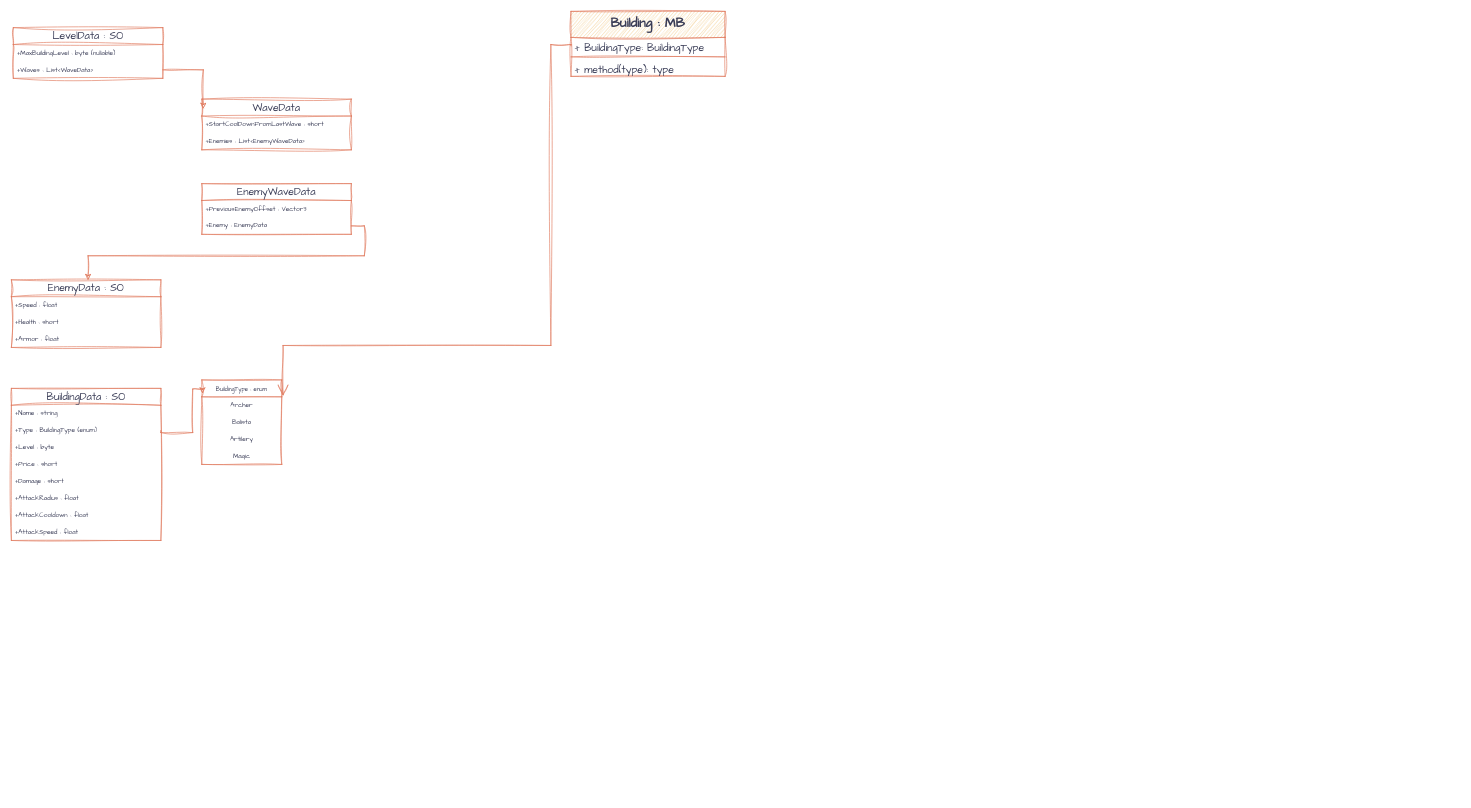
This is DataScheme.drawio from emrullah-cengiz/TowerDefense, a draw.io file, before an edit. Source tidied: cells renumbered, new cells numbered last; positions are measured from the earlier drawing's top-left corner, leaving out a move shared by most shapes. Both pictures are drawn from the tidied source at 65%, with x=0, y=0 at pixel (11, 11).
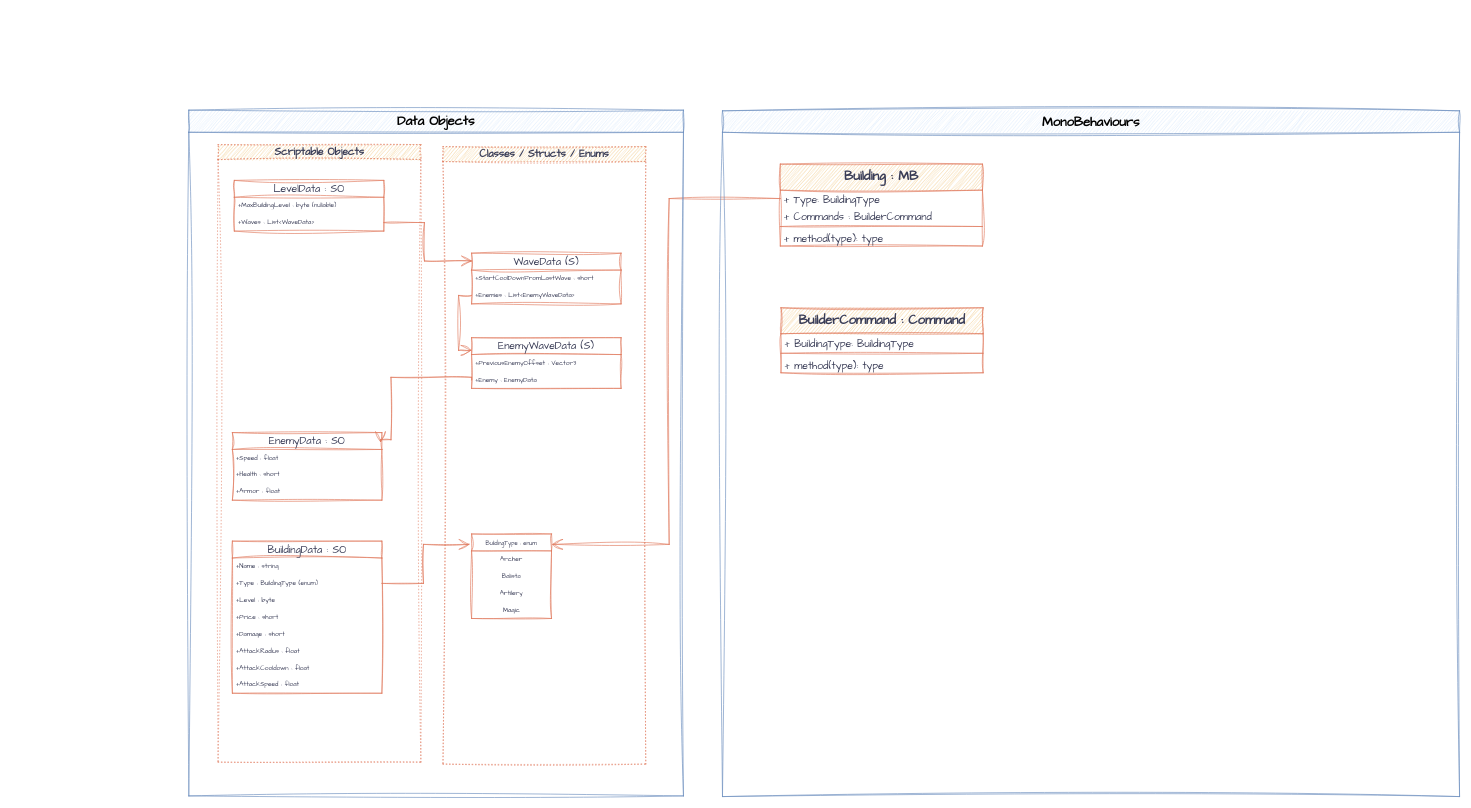
The same diagram, later.

Unchanged cells that the change refers to:
```xml
<mxCell id="4" value="+Waves : List&amp;lt;WaveData&amp;gt;" style="text;strokeColor=none;fillColor=none;align=left;verticalAlign=top;spacingLeft=4;spacingRight=4;overflow=hidden;points=[[0,0.5],[1,0.5]];portConstraint=eastwest;whiteSpace=wrap;html=1;fontSize=10;fontFamily=Architects Daughter;labelBackgroundColor=none;fontColor=#393C56;sketch=1;curveFitting=1;jiggle=2;" parent="2" vertex="1">
  <mxGeometry y="52" width="230" height="26" as="geometry" />
</mxCell>
<mxCell id="20" value="+Type : BuildingType (enum)" style="text;strokeColor=none;fillColor=none;align=left;verticalAlign=top;spacingLeft=4;spacingRight=4;overflow=hidden;points=[[0,0.5],[1,0.5]];portConstraint=eastwest;whiteSpace=wrap;html=1;fontSize=10;fontFamily=Architects Daughter;labelBackgroundColor=none;fontColor=#393C56;sketch=1;curveFitting=1;jiggle=2;" parent="18" vertex="1">
  <mxGeometry y="52" width="230" height="26" as="geometry" />
</mxCell>
```

Diff of the diagram source:
```diff
@@
+    <mxCell id="37" style="edgeStyle=orthogonalEdgeStyle;shape=connector;rounded=0;sketch=1;hachureGap=4;jiggle=2;curveFitting=1;jettySize=auto;html=1;exitX=0;exitY=0.5;exitDx=0;exitDy=0;entryX=1.008;entryY=0.123;entryDx=0;entryDy=0;entryPerimeter=0;labelBackgroundColor=none;strokeColor=#E07A5F;fontFamily=Architects Daughter;fontSize=16;fontColor=default;endArrow=open;startSize=14;endSize=14;sourcePerimeterSpacing=8;targetPerimeterSpacing=8;fillColor=#F2CC8F;" parent="1" edge="1" source="34" target="27">
+      <mxGeometry relative="1" as="geometry" />
+    </mxCell>
+    <mxCell id="38" value="Data Objects" style="swimlane;whiteSpace=wrap;html=1;sketch=1;hachureGap=4;jiggle=2;curveFitting=1;strokeColor=#6c8ebf;fontFamily=Architects Daughter;fontSize=20;fillColor=#dae8fc;startSize=34;" parent="1" vertex="1">
+      <mxGeometry x="273" y="152" width="761" height="1055" as="geometry" />
+    </mxCell>
+    <mxCell id="39" value="Scriptable Objects" style="swimlane;whiteSpace=wrap;html=1;sketch=1;hachureGap=4;jiggle=2;curveFitting=1;strokeColor=#E07A5F;fontFamily=Architects Daughter;fontSize=16;fontColor=#393C56;fillColor=#F2CC8F;labelBackgroundColor=none;dashed=1;dashPattern=1 4;" parent="38" vertex="1">
+      <mxGeometry x="45" y="53" width="312" height="950" as="geometry" />
+    </mxCell>
-    <mxCell id="2" value="&lt;font style=&quot;font-size: 16px;&quot;&gt;LevelData : SO&lt;/font&gt;" style="swimlane;fontStyle=0;horizontal=1;startSize=26;fillColor=none;whiteSpace=wrap;html=1;sketch=1;hachureGap=4;jiggle=2;curveFitting=1;fontFamily=Architects Daughter;fontSize=16;labelBackgroundColor=none;strokeColor=#E07A5F;fontColor=#393C56;" parent="1" vertex="1">
-      <mxGeometry x="3" y="25" width="230" height="78" as="geometry" />
+    <mxCell id="2" value="&lt;font style=&quot;font-size: 16px;&quot;&gt;LevelData : SO&lt;/font&gt;" style="swimlane;fontStyle=0;horizontal=1;startSize=26;fillColor=none;whiteSpace=wrap;html=1;sketch=1;hachureGap=4;jiggle=2;curveFitting=1;fontFamily=Architects Daughter;fontSize=16;labelBackgroundColor=none;strokeColor=#E07A5F;fontColor=#393C56;" parent="39" vertex="1">
+      <mxGeometry x="25" y="55" width="230" height="78" as="geometry" />
     </mxCell>
@@
-    <mxCell id="5" style="edgeStyle=orthogonalEdgeStyle;rounded=0;sketch=1;hachureGap=4;jiggle=2;curveFitting=1;jettySize=auto;html=1;entryX=0.01;entryY=0.187;entryDx=0;entryDy=0;fontFamily=Architects Daughter;fontSize=16;entryPerimeter=0;labelBackgroundColor=none;strokeColor=#E07A5F;fontColor=default;" parent="1" edge="1" source="4" target="6">
-      <mxGeometry relative="1" as="geometry" />
-    </mxCell>
-    <mxCell id="6" value="WaveData" style="swimlane;fontStyle=0;horizontal=1;startSize=26;fillColor=none;whiteSpace=wrap;html=1;sketch=1;hachureGap=4;jiggle=2;curveFitting=1;fontFamily=Architects Daughter;fontSize=16;labelBackgroundColor=none;strokeColor=#E07A5F;fontColor=#393C56;" parent="1" vertex="1">
-      <mxGeometry x="293" y="135" width="230" height="78" as="geometry" />
-    </mxCell>
-    <mxCell id="7" value="+StartCoolDownFromLastWave : short" style="text;strokeColor=none;fillColor=none;align=left;verticalAlign=top;spacingLeft=4;spacingRight=4;overflow=hidden;whiteSpace=wrap;html=1;fontSize=10;fontFamily=Architects Daughter;labelBackgroundColor=none;fontColor=#393C56;sketch=1;curveFitting=1;jiggle=2;" parent="6" vertex="1">
-      <mxGeometry y="26" width="230" height="26" as="geometry" />
-    </mxCell>
-    <mxCell id="8" value="+Enemies : List&amp;lt;EnemyWaveData&amp;gt;" style="text;strokeColor=none;fillColor=none;align=left;verticalAlign=top;spacingLeft=4;spacingRight=4;overflow=hidden;points=[[0,0.5],[1,0.5]];portConstraint=eastwest;whiteSpace=wrap;html=1;fontSize=10;fontFamily=Architects Daughter;labelBackgroundColor=none;fontColor=#393C56;sketch=1;curveFitting=1;jiggle=2;" parent="6" vertex="1">
-      <mxGeometry y="52" width="230" height="26" as="geometry" />
-    </mxCell>
-    <mxCell id="9" value="EnemyData : SO" style="swimlane;fontStyle=0;horizontal=1;startSize=26;fillColor=none;whiteSpace=wrap;html=1;sketch=1;hachureGap=4;jiggle=2;curveFitting=1;fontFamily=Architects Daughter;fontSize=16;labelBackgroundColor=none;strokeColor=#E07A5F;fontColor=#393C56;" parent="1" vertex="1">
-      <mxGeometry y="413" width="230" height="104" as="geometry" />
+    <mxCell id="9" value="EnemyData : SO" style="swimlane;fontStyle=0;horizontal=1;startSize=26;fillColor=none;whiteSpace=wrap;html=1;sketch=1;hachureGap=4;jiggle=2;curveFitting=1;fontFamily=Architects Daughter;fontSize=16;labelBackgroundColor=none;strokeColor=#E07A5F;fontColor=#393C56;" parent="39" vertex="1">
+      <mxGeometry x="22" y="443" width="230" height="104" as="geometry" />
     </mxCell>
@@
-    <mxCell id="13" style="edgeStyle=orthogonalEdgeStyle;rounded=0;sketch=1;hachureGap=4;jiggle=2;curveFitting=1;jettySize=auto;html=1;exitX=1;exitY=0.5;exitDx=0;exitDy=0;fontFamily=Architects Daughter;fontSize=16;entryX=0.522;entryY=-0.023;entryDx=0;entryDy=0;entryPerimeter=0;labelBackgroundColor=none;strokeColor=none;fontColor=default;" parent="1" edge="1" source="8" target="14">
-      <mxGeometry relative="1" as="geometry" />
-    </mxCell>
-    <mxCell id="14" value="EnemyWaveData" style="swimlane;fontStyle=0;horizontal=1;startSize=26;fillColor=none;whiteSpace=wrap;html=1;sketch=1;hachureGap=4;jiggle=2;curveFitting=1;fontFamily=Architects Daughter;fontSize=16;labelBackgroundColor=none;strokeColor=#E07A5F;fontColor=#393C56;" parent="1" vertex="1">
-      <mxGeometry x="293" y="265" width="230" height="78" as="geometry" />
-    </mxCell>
-    <mxCell id="15" value="+PreviousEnemyOffset : Vector3" style="text;strokeColor=none;fillColor=none;align=left;verticalAlign=top;spacingLeft=4;spacingRight=4;overflow=hidden;whiteSpace=wrap;html=1;fontSize=10;fontFamily=Architects Daughter;labelBackgroundColor=none;fontColor=#393C56;sketch=1;curveFitting=1;jiggle=2;" parent="14" vertex="1">
-      <mxGeometry y="26" width="230" height="26" as="geometry" />
-    </mxCell>
-    <mxCell id="16" value="+Enemy : EnemyData" style="text;strokeColor=none;fillColor=none;align=left;verticalAlign=top;spacingLeft=4;spacingRight=4;overflow=hidden;points=[[0,0.5],[1,0.5]];portConstraint=eastwest;whiteSpace=wrap;html=1;fontSize=10;fontFamily=Architects Daughter;labelBackgroundColor=none;fontColor=#393C56;sketch=1;curveFitting=1;jiggle=2;" parent="14" vertex="1">
-      <mxGeometry y="52" width="230" height="26" as="geometry" />
-    </mxCell>
-    <mxCell id="17" style="edgeStyle=orthogonalEdgeStyle;rounded=0;sketch=1;hachureGap=4;jiggle=2;curveFitting=1;jettySize=auto;html=1;exitX=1;exitY=0.5;exitDx=0;exitDy=0;strokeColor=#E07A5F;fontFamily=Architects Daughter;fontSize=16;fontColor=default;fillColor=#F2CC8F;labelBackgroundColor=none;" parent="1" edge="1" source="16" target="9">
-      <mxGeometry relative="1" as="geometry">
-        <Array as="points">
-          <mxPoint x="543" y="330" />
-          <mxPoint x="543" y="376" />
-          <mxPoint x="118" y="376" />
-        </Array>
-      </mxGeometry>
-    </mxCell>
-    <mxCell id="18" value="&lt;font style=&quot;font-size: 16px;&quot;&gt;BuildingData : SO&lt;/font&gt;" style="swimlane;fontStyle=0;horizontal=1;startSize=26;fillColor=none;whiteSpace=wrap;html=1;sketch=1;hachureGap=4;jiggle=2;curveFitting=1;fontFamily=Architects Daughter;fontSize=16;labelBackgroundColor=none;strokeColor=#E07A5F;fontColor=#393C56;" parent="1" vertex="1">
-      <mxGeometry y="580" width="230" height="234" as="geometry" />
+    <mxCell id="18" value="&lt;font style=&quot;font-size: 16px;&quot;&gt;BuildingData : SO&lt;/font&gt;" style="swimlane;fontStyle=0;horizontal=1;startSize=26;fillColor=none;whiteSpace=wrap;html=1;sketch=1;hachureGap=4;jiggle=2;curveFitting=1;fontFamily=Architects Daughter;fontSize=16;labelBackgroundColor=none;strokeColor=#E07A5F;fontColor=#393C56;" parent="39" vertex="1">
+      <mxGeometry x="22" y="610" width="230" height="234" as="geometry" />
     </mxCell>
@@
+    <mxCell id="40" value="Classes / Structs / Enums" style="swimlane;whiteSpace=wrap;html=1;sketch=1;hachureGap=4;jiggle=2;curveFitting=1;strokeColor=#E07A5F;fontFamily=Architects Daughter;fontSize=16;fontColor=#393C56;fillColor=#F2CC8F;labelBackgroundColor=none;dashed=1;dashPattern=1 4;" parent="38" vertex="1">
+      <mxGeometry x="391" y="56" width="312" height="950" as="geometry" />
+    </mxCell>
+    <mxCell id="6" value="WaveData (S)" style="swimlane;fontStyle=0;horizontal=1;startSize=26;fillColor=none;whiteSpace=wrap;html=1;sketch=1;hachureGap=4;jiggle=2;curveFitting=1;fontFamily=Architects Daughter;fontSize=16;labelBackgroundColor=none;strokeColor=#E07A5F;fontColor=#393C56;" parent="40" vertex="1">
+      <mxGeometry x="44" y="164" width="230" height="78" as="geometry" />
+    </mxCell>
+    <mxCell id="7" value="+StartCoolDownFromLastWave : short" style="text;strokeColor=none;fillColor=none;align=left;verticalAlign=top;spacingLeft=4;spacingRight=4;overflow=hidden;whiteSpace=wrap;html=1;fontSize=10;fontFamily=Architects Daughter;labelBackgroundColor=none;fontColor=#393C56;sketch=1;curveFitting=1;jiggle=2;" parent="6" vertex="1">
+      <mxGeometry y="26" width="230" height="26" as="geometry" />
+    </mxCell>
+    <mxCell id="8" value="+Enemies : List&amp;lt;EnemyWaveData&amp;gt;" style="text;strokeColor=none;fillColor=none;align=left;verticalAlign=top;spacingLeft=4;spacingRight=4;overflow=hidden;points=[[0,0.5],[1,0.5]];portConstraint=eastwest;whiteSpace=wrap;html=1;fontSize=10;fontFamily=Architects Daughter;labelBackgroundColor=none;fontColor=#393C56;sketch=1;curveFitting=1;jiggle=2;" parent="6" vertex="1">
+      <mxGeometry y="52" width="230" height="26" as="geometry" />
+    </mxCell>
+    <mxCell id="13" style="edgeStyle=orthogonalEdgeStyle;rounded=0;sketch=1;hachureGap=4;jiggle=2;curveFitting=1;jettySize=auto;html=1;exitX=1;exitY=0.5;exitDx=0;exitDy=0;fontFamily=Architects Daughter;fontSize=16;entryX=0.522;entryY=-0.023;entryDx=0;entryDy=0;entryPerimeter=0;labelBackgroundColor=none;strokeColor=none;fontColor=default;" parent="40" edge="1" source="8" target="14">
+      <mxGeometry relative="1" as="geometry" />
+    </mxCell>
+    <mxCell id="14" value="EnemyWaveData&amp;nbsp;(S)" style="swimlane;fontStyle=0;horizontal=1;startSize=26;fillColor=none;whiteSpace=wrap;html=1;sketch=1;hachureGap=4;jiggle=2;curveFitting=1;fontFamily=Architects Daughter;fontSize=16;labelBackgroundColor=none;strokeColor=#E07A5F;fontColor=#393C56;" parent="40" vertex="1">
+      <mxGeometry x="44" y="294" width="230" height="78" as="geometry" />
+    </mxCell>
+    <mxCell id="15" value="+PreviousEnemyOffset : Vector3" style="text;strokeColor=none;fillColor=none;align=left;verticalAlign=top;spacingLeft=4;spacingRight=4;overflow=hidden;whiteSpace=wrap;html=1;fontSize=10;fontFamily=Architects Daughter;labelBackgroundColor=none;fontColor=#393C56;sketch=1;curveFitting=1;jiggle=2;" parent="14" vertex="1">
+      <mxGeometry y="26" width="230" height="26" as="geometry" />
+    </mxCell>
+    <mxCell id="16" value="+Enemy : EnemyData" style="text;strokeColor=none;fillColor=none;align=left;verticalAlign=top;spacingLeft=4;spacingRight=4;overflow=hidden;points=[[0,0.5],[1,0.5]];portConstraint=eastwest;whiteSpace=wrap;html=1;fontSize=10;fontFamily=Architects Daughter;labelBackgroundColor=none;fontColor=#393C56;sketch=1;curveFitting=1;jiggle=2;" parent="14" vertex="1">
+      <mxGeometry y="52" width="230" height="26" as="geometry" />
+    </mxCell>
-    <mxCell id="27" value="&lt;font style=&quot;font-size: 9px;&quot;&gt;BuildingType : enum&lt;/font&gt;" style="swimlane;fontStyle=0;horizontal=1;startSize=26;fillColor=none;whiteSpace=wrap;html=1;sketch=1;hachureGap=4;jiggle=2;curveFitting=1;fontFamily=Architects Daughter;fontSize=16;labelBackgroundColor=none;strokeColor=#E07A5F;fontColor=#393C56;" parent="1" vertex="1">
-      <mxGeometry x="293" y="567" width="123" height="130" as="geometry" />
+    <mxCell id="27" value="&lt;font style=&quot;font-size: 9px;&quot;&gt;BuildingType : enum&lt;/font&gt;" style="swimlane;fontStyle=0;horizontal=1;startSize=26;fillColor=none;whiteSpace=wrap;html=1;sketch=1;hachureGap=4;jiggle=2;curveFitting=1;fontFamily=Architects Daughter;fontSize=16;labelBackgroundColor=none;strokeColor=#E07A5F;fontColor=#393C56;" parent="40" vertex="1">
+      <mxGeometry x="44" y="596" width="123" height="130" as="geometry" />
     </mxCell>
@@
+    <mxCell id="41" style="edgeStyle=orthogonalEdgeStyle;rounded=0;sketch=1;hachureGap=4;jiggle=2;curveFitting=1;jettySize=auto;html=1;exitX=0;exitY=0.5;exitDx=0;exitDy=0;entryX=0;entryY=0.25;entryDx=0;entryDy=0;strokeColor=#E07A5F;fontFamily=Architects Daughter;fontSize=16;fontColor=default;endArrow=open;startSize=14;endSize=14;sourcePerimeterSpacing=8;targetPerimeterSpacing=8;fillColor=#F2CC8F;labelBackgroundColor=none;" parent="40" edge="1" source="8" target="14">
+      <mxGeometry relative="1" as="geometry" />
+    </mxCell>
+    <mxCell id="5" style="edgeStyle=orthogonalEdgeStyle;shape=connector;rounded=0;sketch=1;hachureGap=4;jiggle=2;curveFitting=1;jettySize=auto;html=1;exitX=1;exitY=0.5;exitDx=0;exitDy=0;entryX=0.004;entryY=0.154;entryDx=0;entryDy=0;entryPerimeter=0;labelBackgroundColor=none;strokeColor=#E07A5F;fontFamily=Architects Daughter;fontSize=16;fontColor=default;endArrow=open;startSize=14;endSize=14;sourcePerimeterSpacing=8;targetPerimeterSpacing=8;fillColor=#F2CC8F;" parent="38" edge="1" source="4" target="6">
+      <mxGeometry relative="1" as="geometry" />
+    </mxCell>
+    <mxCell id="17" style="edgeStyle=orthogonalEdgeStyle;rounded=0;sketch=1;hachureGap=4;jiggle=2;curveFitting=1;jettySize=auto;html=1;exitX=0;exitY=0.5;exitDx=0;exitDy=0;entryX=0.991;entryY=0.144;entryDx=0;entryDy=0;entryPerimeter=0;fontFamily=Architects Daughter;fontSize=16;endArrow=open;startSize=14;endSize=14;sourcePerimeterSpacing=8;targetPerimeterSpacing=8;labelBackgroundColor=none;strokeColor=#E07A5F;fontColor=default;" parent="38" edge="1" source="16" target="9">
+      <mxGeometry relative="1" as="geometry">
+        <Array as="points">
+          <mxPoint x="311" y="411" />
+          <mxPoint x="311" y="507" />
+        </Array>
+      </mxGeometry>
+    </mxCell>
-    <mxCell id="32" style="edgeStyle=orthogonalEdgeStyle;rounded=0;sketch=1;hachureGap=4;jiggle=2;curveFitting=1;jettySize=auto;html=1;exitX=1;exitY=0.5;exitDx=0;exitDy=0;entryX=0.009;entryY=0.158;entryDx=0;entryDy=0;entryPerimeter=0;fontFamily=Architects Daughter;fontSize=16;fillColor=#F2CC8F;strokeColor=#E07A5F;labelBackgroundColor=none;fontColor=default;" parent="1" edge="1" source="20" target="27">
-      <mxGeometry relative="1" as="geometry">
-        <Array as="points">
-          <mxPoint x="230" y="648" />
-          <mxPoint x="279" y="648" />
-          <mxPoint x="279" y="581" />
-          <mxPoint x="294" y="581" />
-        </Array>
-      </mxGeometry>
+    <mxCell id="32" style="edgeStyle=orthogonalEdgeStyle;rounded=0;sketch=1;hachureGap=4;jiggle=2;curveFitting=1;jettySize=auto;html=1;exitX=1;exitY=0.5;exitDx=0;exitDy=0;entryX=-0.024;entryY=0.123;entryDx=0;entryDy=0;entryPerimeter=0;strokeColor=#E07A5F;fontFamily=Architects Daughter;fontSize=16;fontColor=default;endArrow=open;startSize=14;endSize=14;sourcePerimeterSpacing=8;targetPerimeterSpacing=8;fillColor=#F2CC8F;labelBackgroundColor=none;" parent="38" edge="1" source="20" target="27">
+      <mxGeometry relative="1" as="geometry" />
     </mxCell>
+    <mxCell id="42" value="MonoBehaviours" style="swimlane;whiteSpace=wrap;html=1;sketch=1;hachureGap=4;jiggle=2;curveFitting=1;strokeColor=#6c8ebf;fontFamily=Architects Daughter;fontSize=20;fillColor=#dae8fc;startSize=33;" parent="1" vertex="1">
+      <mxGeometry x="1094" y="153" width="1134" height="1055" as="geometry" />
+    </mxCell>
-    <mxCell id="33" value="Building : MB" style="swimlane;fontStyle=1;align=center;verticalAlign=top;horizontal=1;startSize=40;whiteSpace=wrap;html=1;sketch=1;hachureGap=4;jiggle=2;curveFitting=1;strokeColor=#E07A5F;fontFamily=Architects Daughter;fontSize=20;fontColor=#393C56;fillColor=#F2CC8F;" parent="1" vertex="1">
-      <mxGeometry x="861" width="237" height="100" as="geometry" />
+    <mxCell id="33" value="Building : MB" style="swimlane;fontStyle=1;align=center;verticalAlign=top;horizontal=1;startSize=40;whiteSpace=wrap;html=1;sketch=1;hachureGap=4;jiggle=2;curveFitting=1;strokeColor=#E07A5F;fontFamily=Architects Daughter;fontSize=20;fontColor=#393C56;fillColor=#F2CC8F;labelBackgroundColor=none;" parent="42" vertex="1">
+      <mxGeometry x="89" y="82" width="311" height="126" as="geometry" />
     </mxCell>
-    <mxCell id="34" value="+ BuildingType: BuildingType" style="text;strokeColor=none;fillColor=none;align=left;verticalAlign=top;spacingLeft=4;spacingRight=4;overflow=hidden;points=[[0,0.5],[1,0.5]];portConstraint=eastwest;whiteSpace=wrap;html=1;fontSize=16;fontFamily=Architects Daughter;fontColor=#393C56;" parent="33" vertex="1">
-      <mxGeometry y="40" width="237" height="26" as="geometry" />
+    <mxCell id="34" value="+ Type: BuildingType" style="text;strokeColor=none;fillColor=none;align=left;verticalAlign=top;spacingLeft=4;spacingRight=4;overflow=hidden;points=[[0,0.5],[1,0.5]];portConstraint=eastwest;whiteSpace=wrap;html=1;fontSize=16;fontFamily=Architects Daughter;fontColor=#393C56;labelBackgroundColor=none;" parent="33" vertex="1">
+      <mxGeometry y="40" width="311" height="26" as="geometry" />
     </mxCell>
+    <mxCell id="43" value="+ Commands : BuilderCommand" style="text;strokeColor=none;fillColor=none;align=left;verticalAlign=top;spacingLeft=4;spacingRight=4;overflow=hidden;whiteSpace=wrap;html=1;fontSize=16;fontFamily=Architects Daughter;fontColor=#393C56;labelBackgroundColor=none;" parent="33" vertex="1">
+      <mxGeometry y="66" width="311" height="26" as="geometry" />
+    </mxCell>
-    <mxCell id="35" style="line;strokeWidth=1;fillColor=none;align=left;verticalAlign=middle;spacingTop=-1;spacingLeft=3;spacingRight=3;labelPosition=right;strokeColor=inherit;sketch=1;hachureGap=4;jiggle=2;curveFitting=1;fontFamily=Architects Daughter;fontSize=20;fontColor=#393C56;" parent="33" vertex="1">
-      <mxGeometry y="66" width="237" height="8" as="geometry" />
+    <mxCell id="35" style="line;strokeWidth=1;fillColor=none;align=left;verticalAlign=middle;spacingTop=-1;spacingLeft=3;spacingRight=3;labelPosition=right;strokeColor=#E07A5F;sketch=1;hachureGap=4;jiggle=2;curveFitting=1;fontFamily=Architects Daughter;fontSize=20;fontColor=#393C56;labelBackgroundColor=none;" parent="33" vertex="1">
+      <mxGeometry y="92" width="311" height="8" as="geometry" />
     </mxCell>
-    <mxCell id="36" value="+ method(type): type" style="text;strokeColor=none;fillColor=none;align=left;verticalAlign=top;spacingLeft=4;spacingRight=4;overflow=hidden;whiteSpace=wrap;html=1;fontSize=16;fontFamily=Architects Daughter;fontColor=#393C56;" parent="33" vertex="1">
-      <mxGeometry y="74" width="237" height="26" as="geometry" />
+    <mxCell id="36" value="+ method(type): type" style="text;strokeColor=none;fillColor=none;align=left;verticalAlign=top;spacingLeft=4;spacingRight=4;overflow=hidden;whiteSpace=wrap;html=1;fontSize=16;fontFamily=Architects Daughter;fontColor=#393C56;labelBackgroundColor=none;" parent="33" vertex="1">
+      <mxGeometry y="100" width="311" height="26" as="geometry" />
     </mxCell>
-    <mxCell id="37" style="edgeStyle=orthogonalEdgeStyle;rounded=0;sketch=1;hachureGap=4;jiggle=2;curveFitting=1;jettySize=auto;html=1;exitX=0;exitY=0.5;exitDx=0;exitDy=0;entryX=1.016;entryY=0.185;entryDx=0;entryDy=0;entryPerimeter=0;strokeColor=#E07A5F;fontFamily=Architects Daughter;fontSize=16;fontColor=#393C56;endArrow=open;startSize=14;endSize=14;sourcePerimeterSpacing=8;targetPerimeterSpacing=8;fillColor=#F2CC8F;" parent="1" edge="1" source="34" target="27">
-      <mxGeometry relative="1" as="geometry">
-        <Array as="points">
-          <mxPoint x="861" y="51" />
-          <mxPoint x="830" y="51" />
-          <mxPoint x="830" y="514" />
-          <mxPoint x="418" y="514" />
-        </Array>
-      </mxGeometry>
-    </mxCell>
+    <mxCell id="44" value="BuilderCommand&amp;nbsp;: Command" style="swimlane;fontStyle=1;align=center;verticalAlign=top;horizontal=1;startSize=40;whiteSpace=wrap;html=1;sketch=1;hachureGap=4;jiggle=2;curveFitting=1;strokeColor=#E07A5F;fontFamily=Architects Daughter;fontSize=20;fontColor=#393C56;fillColor=#F2CC8F;labelBackgroundColor=none;" parent="42" vertex="1">
+      <mxGeometry x="90" y="303" width="311" height="100" as="geometry" />
+    </mxCell>
+    <mxCell id="45" value="+ BuildingType: BuildingType" style="text;strokeColor=none;fillColor=none;align=left;verticalAlign=top;spacingLeft=4;spacingRight=4;overflow=hidden;whiteSpace=wrap;html=1;fontSize=16;fontFamily=Architects Daughter;fontColor=#393C56;labelBackgroundColor=none;" parent="44" vertex="1">
+      <mxGeometry y="40" width="311" height="26" as="geometry" />
+    </mxCell>
+    <mxCell id="46" style="line;strokeWidth=1;fillColor=none;align=left;verticalAlign=middle;spacingTop=-1;spacingLeft=3;spacingRight=3;labelPosition=right;strokeColor=#E07A5F;sketch=1;hachureGap=4;jiggle=2;curveFitting=1;fontFamily=Architects Daughter;fontSize=20;fontColor=#393C56;labelBackgroundColor=none;" parent="44" vertex="1">
+      <mxGeometry y="66" width="311" height="8" as="geometry" />
+    </mxCell>
+    <mxCell id="47" value="+ method(type): type" style="text;strokeColor=none;fillColor=none;align=left;verticalAlign=top;spacingLeft=4;spacingRight=4;overflow=hidden;whiteSpace=wrap;html=1;fontSize=16;fontFamily=Architects Daughter;fontColor=#393C56;labelBackgroundColor=none;" parent="44" vertex="1">
+      <mxGeometry y="74" width="311" height="26" as="geometry" />
+    </mxCell>
```
